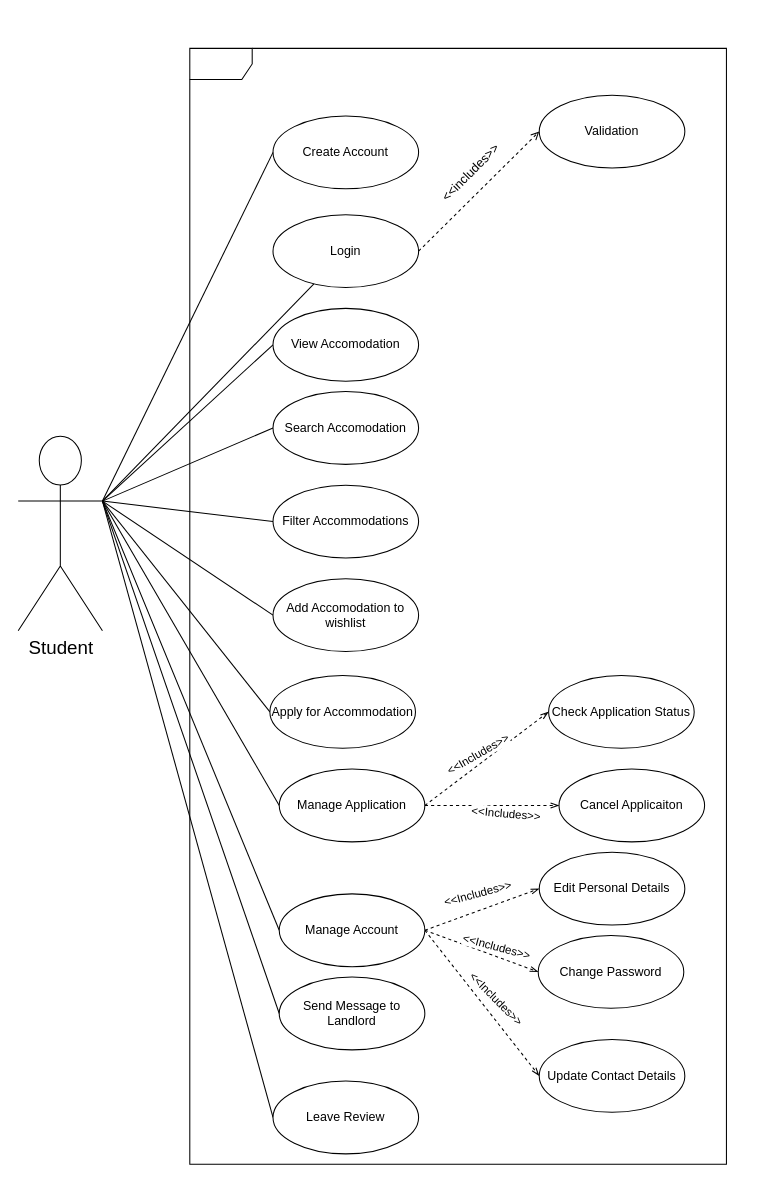
Before: StudentUseCase.drawio in SETHU60/cput_accomodation_application, a draw.io diagram. Source tidied: cells renumbered, new cells numbered last; positions are measured from the earlier drawing's top-left corner, leaving out a move shared by most shapes. Both pictures are drawn from the tidied source at 104%, with x=0, y=0 at pixel (18, 48).
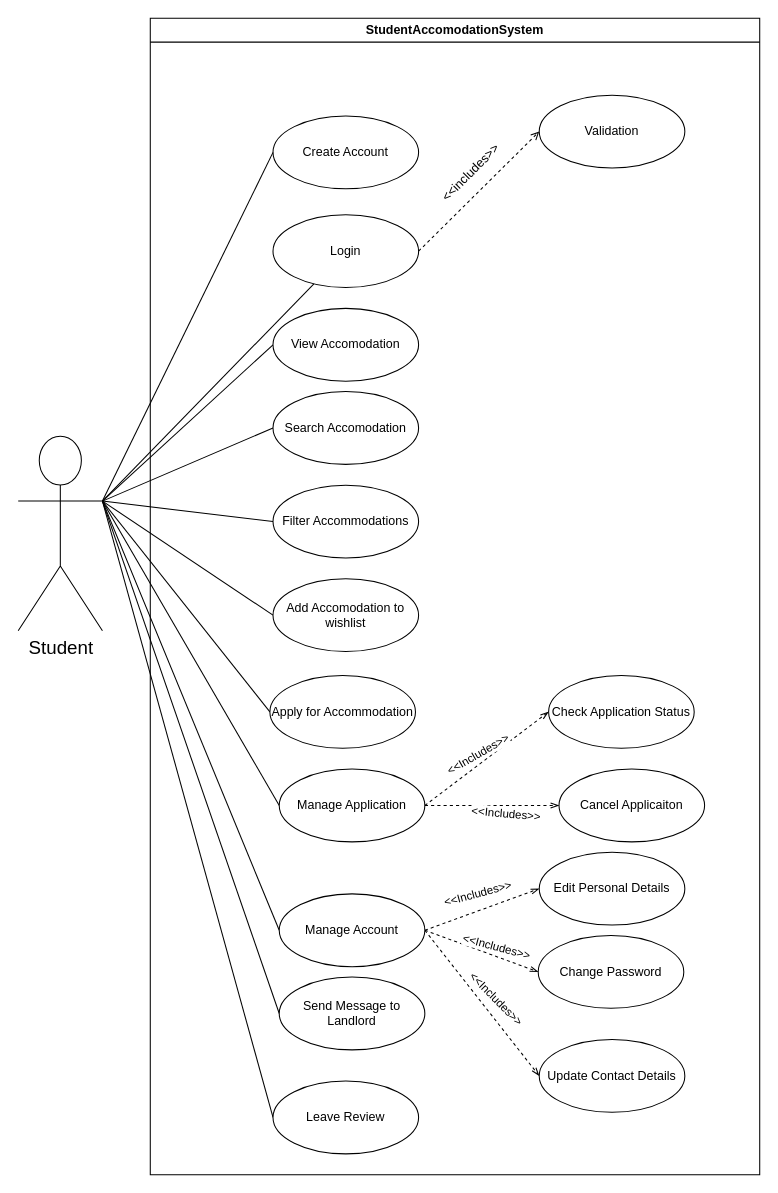
After the change.

The edit, as a diff of the source:
```diff
@@
-    <mxCell id="13" style="shape=umlFrame;whiteSpace=wrap;html=1;" parent="1" vertex="1">
-      <mxGeometry x="165" width="516" height="1073" as="geometry" />
-    </mxCell>
@@
+    <mxCell id="44" value="StudentAccomodationSystem" style="swimlane;whiteSpace=wrap;html=1;" parent="1" vertex="1">
+      <mxGeometry x="127" y="-29" width="586" height="1112" as="geometry" />
+    </mxCell>
```
